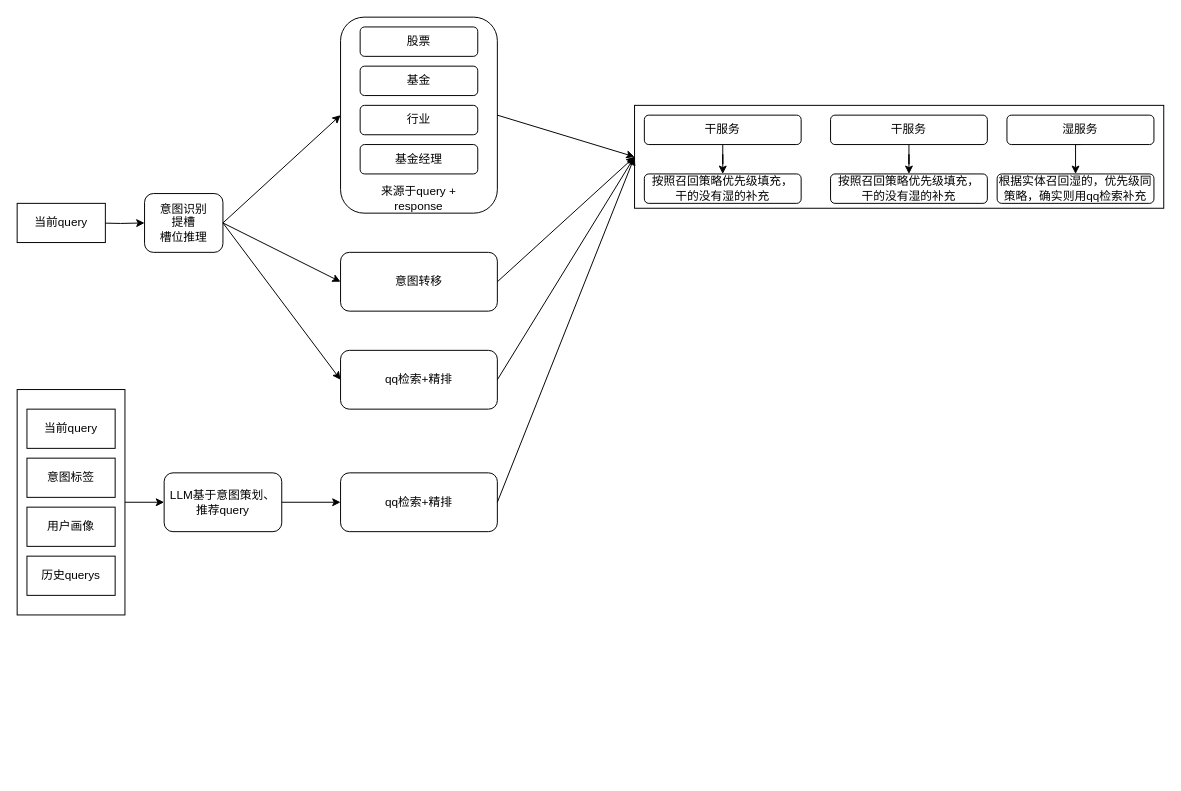
This is QAG总览.drawio from ZhangHammer/ZhangHammer, a draw.io file, before an edit. Source tidied: cells renumbered, new cells numbered last; positions are measured from the earlier drawing's top-left corner, leaving out a move shared by most shapes. Both pictures are drawn from the tidied source at 98%, with x=0, y=0 at pixel (17, 17).
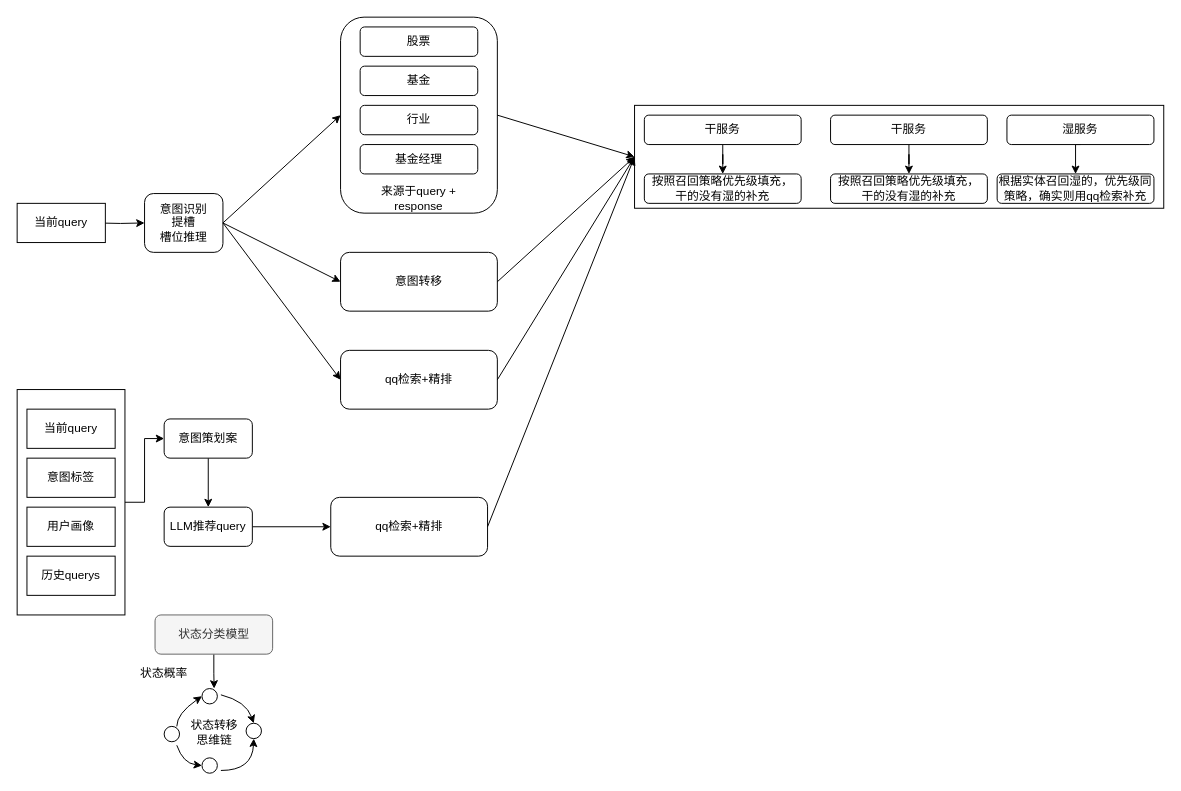
The same diagram, later.

Diff of the diagram source:
```diff
@@
-    <mxCell id="32" style="edgeStyle=orthogonalEdgeStyle;rounded=0;jettySize=auto;html=1;" parent="1" edge="1" source="33" target="34">
-      <mxGeometry relative="1" as="geometry" />
-    </mxCell>
+    <mxCell id="39" style="edgeStyle=orthogonalEdgeStyle;rounded=0;jettySize=auto;html=1;" parent="1" edge="1" source="33" target="41">
+      <mxGeometry relative="1" as="geometry" />
+    </mxCell>
-    <mxCell id="33" value="LLM基于意图策划、推荐query" style="rounded=1;whiteSpace=wrap;html=1;" parent="1" vertex="1">
-      <mxGeometry x="150" y="465" width="120" height="60" as="geometry" />
+    <mxCell id="33" value="意图策划案" style="rounded=1;whiteSpace=wrap;html=1;" parent="1" vertex="1">
+      <mxGeometry x="150" y="410" width="90" height="40" as="geometry" />
     </mxCell>
     <mxCell id="34" value="qq检索+精排" style="rounded=1;whiteSpace=wrap;html=1;" parent="1" vertex="1">
-      <mxGeometry x="330" y="465" width="160" height="60" as="geometry" />
+      <mxGeometry x="320" y="490" width="160" height="60" as="geometry" />
     </mxCell>
@@
+    <mxCell id="40" style="edgeStyle=orthogonalEdgeStyle;rounded=0;jettySize=auto;html=1;" parent="1" edge="1" source="41" target="34">
+      <mxGeometry relative="1" as="geometry" />
+    </mxCell>
+    <mxCell id="41" value="LLM推荐query" style="rounded=1;whiteSpace=wrap;html=1;" parent="1" vertex="1">
+      <mxGeometry x="150" y="500" width="90" height="40" as="geometry" />
+    </mxCell>
+    <mxCell id="42" value="状态概率" style="text;html=1;strokeColor=none;fillColor=none;align=center;verticalAlign=middle;whiteSpace=wrap;rounded=0;" parent="1" vertex="1">
+      <mxGeometry x="120" y="655.1" width="60" height="30" as="geometry" />
+    </mxCell>
+    <mxCell id="43" style="edgeStyle=orthogonalEdgeStyle;rounded=0;jettySize=auto;html=1;" parent="1" edge="1" source="44">
+      <mxGeometry relative="1" as="geometry">
+        <mxPoint x="201" y="685.1" as="targetPoint" />
+      </mxGeometry>
+    </mxCell>
+    <mxCell id="44" value="状态分类模型" style="rounded=1;whiteSpace=wrap;html=1;fillColor=#f5f5f5;strokeColor=#666666;fontColor=#333333;" parent="1" vertex="1">
+      <mxGeometry x="140.7" y="610" width="120" height="40" as="geometry" />
+    </mxCell>
+    <mxCell id="45" style="group;" parent="1" vertex="1">
+      <mxGeometry x="150" y="685.1" width="99.2" height="86.4" as="geometry" />
+    </mxCell>
+    <mxCell id="46" style="ellipse;whiteSpace=wrap;html=1;" parent="45" vertex="1">
+      <mxGeometry y="38.6" width="15.7" height="15.7" as="geometry" />
+    </mxCell>
+    <mxCell id="47" style="ellipse;whiteSpace=wrap;html=1;" parent="45" vertex="1">
+      <mxGeometry x="38.6" width="15.7" height="15.7" as="geometry" />
+    </mxCell>
+    <mxCell id="48" style="ellipse;whiteSpace=wrap;html=1;" parent="45" vertex="1">
+      <mxGeometry x="38.6" y="70.7" width="15.7" height="15.7" as="geometry" />
+    </mxCell>
+    <mxCell id="49" style="ellipse;whiteSpace=wrap;html=1;" parent="45" vertex="1">
+      <mxGeometry x="83.6" y="35.4" width="15.7" height="15.7" as="geometry" />
+    </mxCell>
+    <mxCell id="50" style="curved=1;endArrow=classic;html=1;rounded=0;entryX=0;entryY=0.5;entryDx=0;entryDy=0;" parent="45" edge="1" target="47">
+      <mxGeometry relative="1" as="geometry">
+        <mxPoint x="12.9" y="38.6" as="sourcePoint" />
+        <Array as="points">
+          <mxPoint x="12.9" y="25.7" />
+        </Array>
+      </mxGeometry>
+    </mxCell>
+    <mxCell id="51" style="curved=1;endArrow=classic;html=1;rounded=0;entryX=0;entryY=0.5;entryDx=0;entryDy=0;" parent="45" edge="1" target="48">
+      <mxGeometry relative="1" as="geometry">
+        <mxPoint x="12.9" y="57.9" as="sourcePoint" />
+        <Array as="points">
+          <mxPoint x="19.3" y="76.3" />
+        </Array>
+      </mxGeometry>
+    </mxCell>
+    <mxCell id="52" style="curved=1;endArrow=classic;html=1;rounded=0;entryX=0.5;entryY=0;entryDx=0;entryDy=0;" parent="45" edge="1" target="49">
+      <mxGeometry relative="1" as="geometry">
+        <mxPoint x="57.9" y="6.4" as="sourcePoint" />
+        <Array as="points">
+          <mxPoint x="83.6" y="12.9" />
+        </Array>
+      </mxGeometry>
+    </mxCell>
+    <mxCell id="53" style="curved=1;endArrow=classic;html=1;rounded=0;entryX=0.5;entryY=1;entryDx=0;entryDy=0;" parent="45" edge="1" target="49">
+      <mxGeometry relative="1" as="geometry">
+        <mxPoint x="57.9" y="83.6" as="sourcePoint" />
+        <Array as="points">
+          <mxPoint x="90" y="83.6" />
+        </Array>
+      </mxGeometry>
+    </mxCell>
+    <mxCell id="54" value="状态转移思维链" style="text;html=1;strokeColor=none;fillColor=none;align=center;verticalAlign=middle;whiteSpace=wrap;rounded=0;" parent="45" vertex="1">
+      <mxGeometry x="25.7" y="29.5" width="51.4" height="30" as="geometry" />
+    </mxCell>
```
